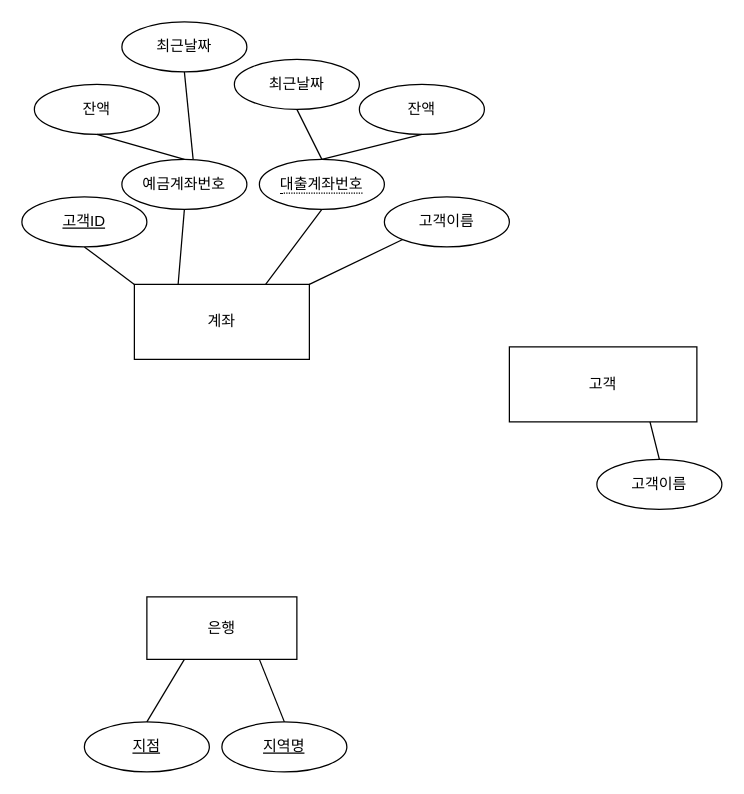
This is bank.drawio from fghjklvmbn/programming-of-anything, a draw.io file, before an edit. Source tidied: cells renumbered, new cells numbered last; positions are measured from the earlier drawing's top-left corner, leaving out a move shared by most shapes. Both pictures are drawn from the tidied source at 125%, with x=0, y=0 at pixel (21, 21).
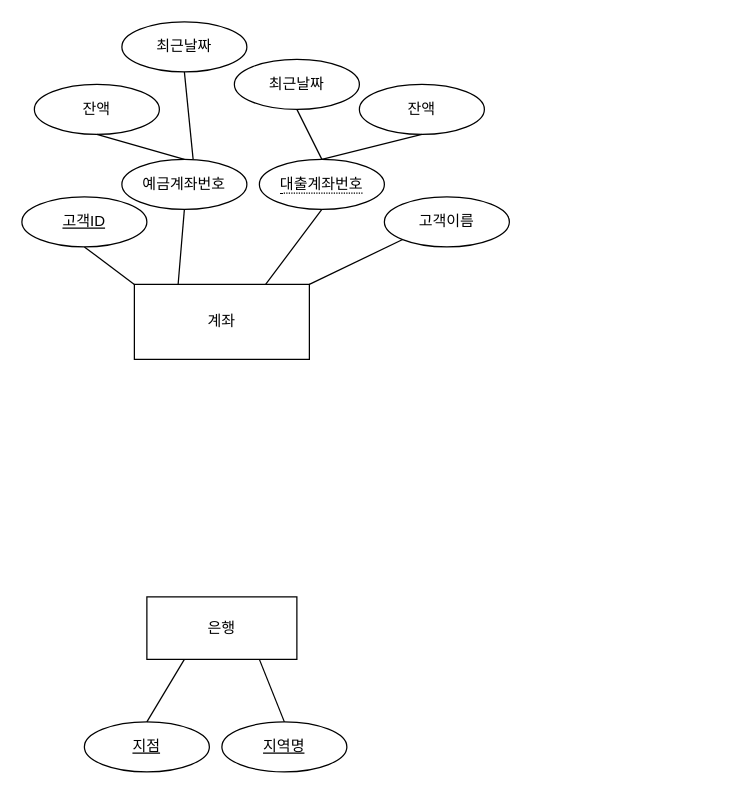
The same diagram, later.

What changed in the source:
```diff
@@
-    <mxCell id="24" value="고객" style="whiteSpace=wrap;html=1;align=center;" parent="1" vertex="1">
-      <mxGeometry x="390" y="260" width="150" height="60" as="geometry" />
-    </mxCell>
-    <mxCell id="25" value="고객이름" style="ellipse;whiteSpace=wrap;html=1;align=center;" parent="1" vertex="1">
-      <mxGeometry x="460" y="350" width="100" height="40" as="geometry" />
-    </mxCell>
-    <mxCell id="26" style="endArrow=none;html=1;rounded=0;entryX=0.5;entryY=0;entryDx=0;entryDy=0;exitX=0.75;exitY=1;exitDx=0;exitDy=0;" parent="1" edge="1" source="24" target="25">
-      <mxGeometry relative="1" as="geometry" />
-    </mxCell>
```
